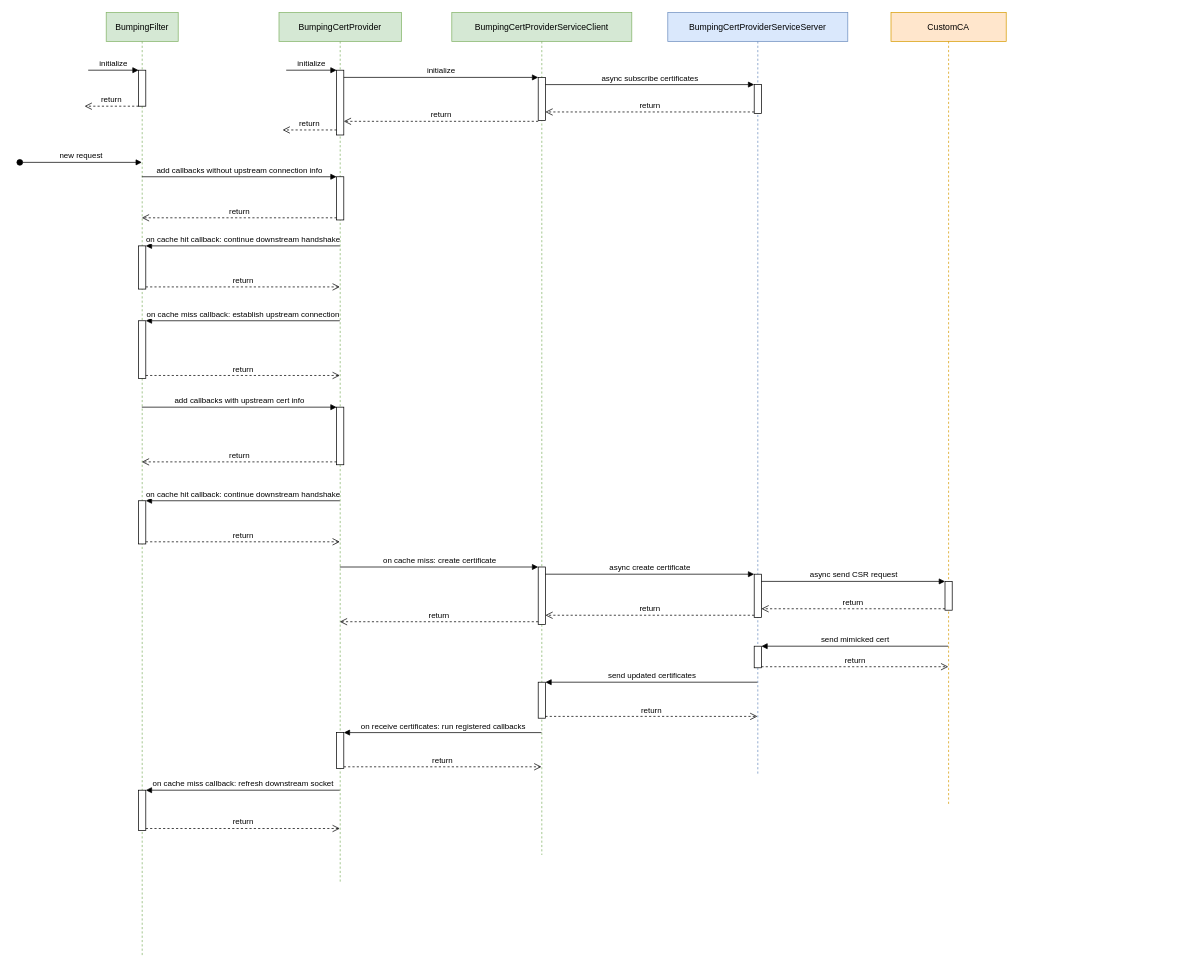
Above: bumping cert external provider.drawio in LuyaoZhong/Figures (draw.io), before the change. Source tidied: cells renumbered, new cells numbered last; positions are measured from the earlier drawing's top-left corner, leaving out a move shared by most shapes. Both pictures are drawn from the tidied source at 72%, with x=0, y=0 at pixel (19, 12).
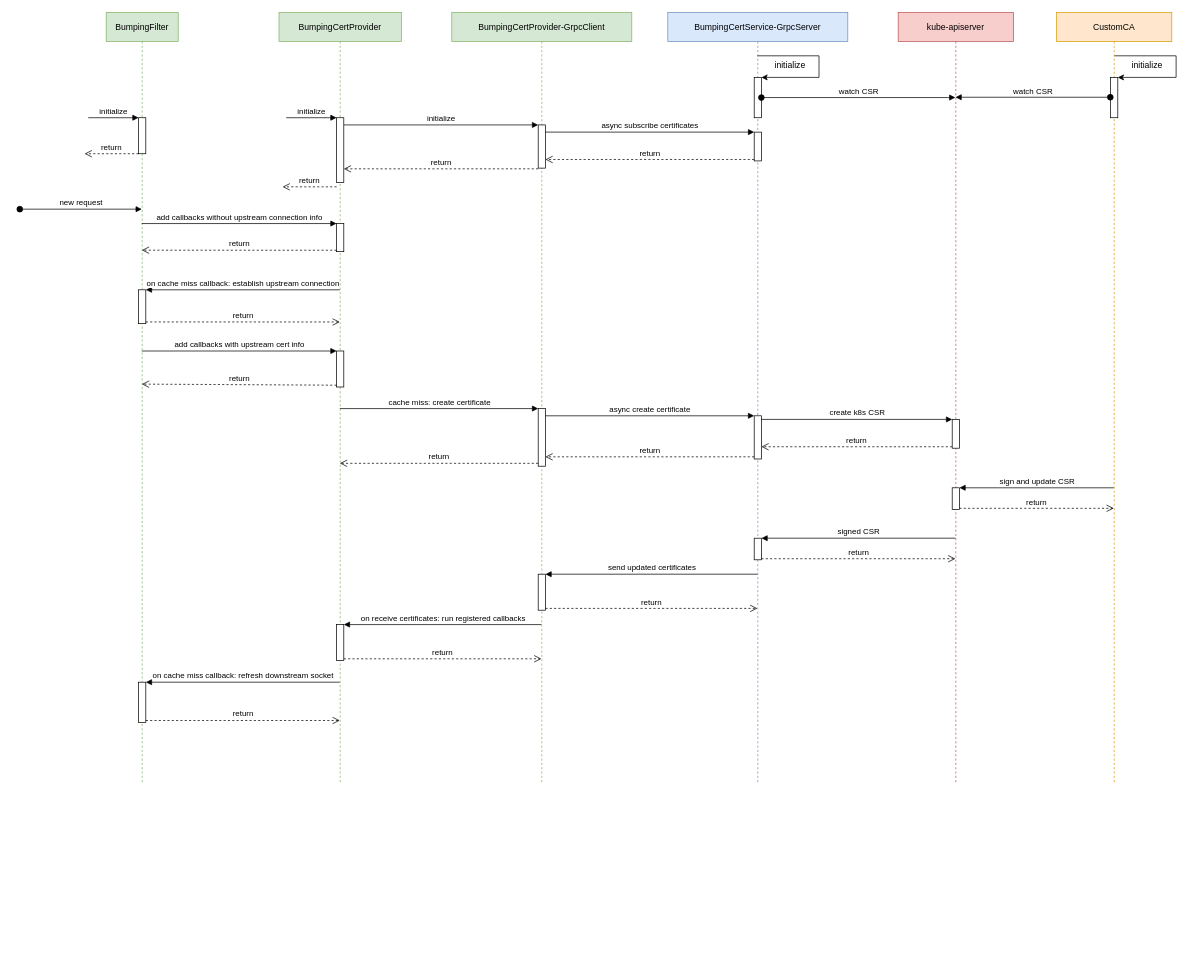
After the change.

Diff of the diagram source:
```diff
@@
     <mxCell id="2" value="BumpingFilter" style="shape=umlLifeline;perimeter=lifelinePerimeter;whiteSpace=wrap;html=1;outlineConnect=0;fillColor=#d5e8d4;strokeColor=#82b366;" parent="1" vertex="1">
-      <mxGeometry x="120" width="100" height="1310" as="geometry" />
+      <mxGeometry x="120" width="100" height="1070" as="geometry" />
     </mxCell>
     <mxCell id="3" value="new request" style="html=1;verticalAlign=bottom;startArrow=oval;endArrow=block;startSize=8;rounded=0;" parent="2" edge="1">
       <mxGeometry relative="1" as="geometry">
-        <mxPoint x="-120" y="208" as="sourcePoint" />
-        <mxPoint x="49.5" y="208" as="targetPoint" />
+        <mxPoint x="-120" y="273" as="sourcePoint" />
+        <mxPoint x="49.5" y="273" as="targetPoint" />
       </mxGeometry>
     </mxCell>
-    <mxCell id="4" style="html=1;points=[];perimeter=orthogonalPerimeter;" parent="2" vertex="1">
-      <mxGeometry x="45" y="324" width="10" height="60" as="geometry" />
-    </mxCell>
     <mxCell id="5" style="html=1;points=[];perimeter=orthogonalPerimeter;" parent="2" vertex="1">
-      <mxGeometry x="45" y="428" width="10" height="80" as="geometry" />
+      <mxGeometry x="45" y="385" width="10" height="47" as="geometry" />
     </mxCell>
-    <mxCell id="6" style="html=1;points=[];perimeter=orthogonalPerimeter;" parent="2" vertex="1">
-      <mxGeometry x="45" y="678" width="10" height="60" as="geometry" />
-    </mxCell>
     <mxCell id="7" style="html=1;points=[];perimeter=orthogonalPerimeter;" parent="2" vertex="1">
-      <mxGeometry x="45" y="80" width="10" height="50" as="geometry" />
+      <mxGeometry x="45" y="146" width="10" height="50" as="geometry" />
     </mxCell>
     <mxCell id="8" value="initialize" style="html=1;verticalAlign=bottom;endArrow=block;entryX=0;entryY=0;rounded=0;" parent="2" edge="1" target="7">
       <mxGeometry relative="1" as="geometry">
-        <mxPoint x="-25" y="80" as="sourcePoint" />
+        <mxPoint x="-25" y="146" as="sourcePoint" />
       </mxGeometry>
     </mxCell>
     <mxCell id="9" value="return" style="html=1;verticalAlign=bottom;endArrow=open;dashed=1;endSize=8;rounded=0;" parent="2" edge="1" source="7">
       <mxGeometry relative="1" as="geometry">
-        <mxPoint x="-30" y="130" as="targetPoint" />
+        <mxPoint x="-30" y="196" as="targetPoint" />
       </mxGeometry>
     </mxCell>
     <mxCell id="10" style="html=1;points=[];perimeter=orthogonalPerimeter;" parent="2" vertex="1">
-      <mxGeometry x="45" y="1080" width="10" height="56" as="geometry" />
+      <mxGeometry x="45" y="930" width="10" height="56" as="geometry" />
     </mxCell>
     <mxCell id="11" value="on cache miss callback: refresh downstream socket" style="html=1;verticalAlign=bottom;endArrow=block;rounded=0;" parent="2" edge="1" target="10">
       <mxGeometry relative="1" as="geometry">
-        <mxPoint x="324.5" y="1080" as="sourcePoint" />
+        <mxPoint x="324.5" y="930" as="sourcePoint" />
       </mxGeometry>
     </mxCell>
     <mxCell id="12" value="return" style="html=1;verticalAlign=bottom;endArrow=open;dashed=1;endSize=8;exitX=1;exitY=0.95;rounded=0;" parent="2" edge="1" source="10">
       <mxGeometry relative="1" as="geometry">
-        <mxPoint x="324.5" y="1133.2" as="targetPoint" />
+        <mxPoint x="324.5" y="983.2" as="targetPoint" />
       </mxGeometry>
     </mxCell>
     <mxCell id="13" value="BumpingCertProvider" style="shape=umlLifeline;perimeter=lifelinePerimeter;whiteSpace=wrap;html=1;outlineConnect=0;fillColor=#d5e8d4;strokeColor=#82b366;" parent="1" vertex="1">
-      <mxGeometry x="360" width="170" height="1210" as="geometry" />
+      <mxGeometry x="360" width="170" height="1070" as="geometry" />
     </mxCell>
     <mxCell id="14" style="html=1;points=[];perimeter=orthogonalPerimeter;" parent="13" vertex="1">
-      <mxGeometry x="80" y="228" width="10" height="60" as="geometry" />
+      <mxGeometry x="80" y="293" width="10" height="39" as="geometry" />
     </mxCell>
     <mxCell id="15" style="html=1;points=[];perimeter=orthogonalPerimeter;" parent="13" vertex="1">
-      <mxGeometry x="80" y="548" width="10" height="80" as="geometry" />
+      <mxGeometry x="80" y="470" width="10" height="50" as="geometry" />
     </mxCell>
     <mxCell id="16" style="html=1;points=[];perimeter=orthogonalPerimeter;" parent="13" vertex="1">
-      <mxGeometry x="80" y="80" width="10" height="90" as="geometry" />
+      <mxGeometry x="80" y="146" width="10" height="90" as="geometry" />
     </mxCell>
     <mxCell id="17" value="initialize" style="html=1;verticalAlign=bottom;endArrow=block;entryX=0;entryY=0;rounded=0;" parent="13" edge="1" target="16">
       <mxGeometry relative="1" as="geometry">
-        <mxPoint x="10" y="80" as="sourcePoint" />
+        <mxPoint x="10" y="146" as="sourcePoint" />
       </mxGeometry>
     </mxCell>
     <mxCell id="18" value="return" style="html=1;verticalAlign=bottom;endArrow=open;dashed=1;endSize=8;rounded=0;" parent="13" edge="1">
       <mxGeometry relative="1" as="geometry">
-        <mxPoint x="80" y="163" as="sourcePoint" />
-        <mxPoint x="5" y="163" as="targetPoint" />
+        <mxPoint x="80" y="242" as="sourcePoint" />
+        <mxPoint x="5" y="242" as="targetPoint" />
       </mxGeometry>
     </mxCell>
-    <mxCell id="19" value="BumpingCertProviderServiceClient" style="shape=umlLifeline;perimeter=lifelinePerimeter;whiteSpace=wrap;html=1;outlineConnect=0;fillColor=#d5e8d4;strokeColor=#82b366;" parent="1" vertex="1">
-      <mxGeometry x="600" width="250" height="1170" as="geometry" />
+    <mxCell id="19" value="BumpingCertProvider-GrpcClient" style="shape=umlLifeline;perimeter=lifelinePerimeter;whiteSpace=wrap;html=1;outlineConnect=0;fillColor=#d5e8d4;strokeColor=#82b366;" parent="1" vertex="1">
+      <mxGeometry x="600" width="250" height="1070" as="geometry" />
     </mxCell>
     <mxCell id="20" style="html=1;points=[];perimeter=orthogonalPerimeter;" parent="19" vertex="1">
-      <mxGeometry x="120" y="90" width="10" height="60" as="geometry" />
+      <mxGeometry x="120" y="156" width="10" height="60" as="geometry" />
     </mxCell>
     <mxCell id="21" style="html=1;points=[];perimeter=orthogonalPerimeter;" parent="19" vertex="1">
-      <mxGeometry x="120" y="770" width="10" height="80" as="geometry" />
+      <mxGeometry x="120" y="550" width="10" height="80" as="geometry" />
     </mxCell>
     <mxCell id="22" style="html=1;points=[];perimeter=orthogonalPerimeter;" parent="19" vertex="1">
-      <mxGeometry x="120" y="930" width="10" height="50" as="geometry" />
+      <mxGeometry x="120" y="780" width="10" height="50" as="geometry" />
     </mxCell>
-    <mxCell id="23" value="BumpingCertProviderServiceServer" style="shape=umlLifeline;perimeter=lifelinePerimeter;whiteSpace=wrap;html=1;outlineConnect=0;fillColor=#dae8fc;strokeColor=#6c8ebf;" parent="1" vertex="1">
-      <mxGeometry x="900" width="250" height="1060" as="geometry" />
+    <mxCell id="23" value="BumpingCertService-GrpcServer" style="shape=umlLifeline;perimeter=lifelinePerimeter;whiteSpace=wrap;html=1;outlineConnect=0;fillColor=#dae8fc;strokeColor=#6c8ebf;" parent="1" vertex="1">
+      <mxGeometry x="900" width="250" height="1070" as="geometry" />
     </mxCell>
     <mxCell id="24" style="html=1;points=[];perimeter=orthogonalPerimeter;" parent="23" vertex="1">
-      <mxGeometry x="120" y="100" width="10" height="40" as="geometry" />
+      <mxGeometry x="120" y="166" width="10" height="40" as="geometry" />
     </mxCell>
     <mxCell id="25" style="html=1;points=[];perimeter=orthogonalPerimeter;" parent="23" vertex="1">
-      <mxGeometry x="120" y="780" width="10" height="60" as="geometry" />
+      <mxGeometry x="120" y="560" width="10" height="60" as="geometry" />
     </mxCell>
-    <mxCell id="26" style="html=1;points=[];perimeter=orthogonalPerimeter;" parent="23" vertex="1">
-      <mxGeometry x="120" y="880" width="10" height="30" as="geometry" />
-    </mxCell>
+    <mxCell id="56" style="html=1;points=[];perimeter=orthogonalPerimeter;" parent="23" vertex="1">
+      <mxGeometry x="120" y="90" width="10" height="56" as="geometry" />
+    </mxCell>
+    <mxCell id="57" style="endArrow=classic;html=1;rounded=0;" parent="23" edge="1" source="23" target="56">
+      <mxGeometry relative="1" as="geometry">
+        <Array as="points">
+          <mxPoint x="170" y="60" />
+          <mxPoint x="210" y="60" />
+          <mxPoint x="210" y="90" />
+        </Array>
+      </mxGeometry>
+    </mxCell>
+    <mxCell id="58" value="initialize" style="text;html=1;strokeColor=none;fillColor=none;align=center;verticalAlign=middle;whiteSpace=wrap;rounded=0;" parent="23" vertex="1">
+      <mxGeometry x="140" y="63" width="60" height="20" as="geometry" />
+    </mxCell>
+    <mxCell id="59" style="html=1;points=[];perimeter=orthogonalPerimeter;" parent="23" vertex="1">
+      <mxGeometry x="120" y="730" width="10" height="30" as="geometry" />
+    </mxCell>
     <mxCell id="27" value="CustomCA" style="shape=umlLifeline;perimeter=lifelinePerimeter;whiteSpace=wrap;html=1;outlineConnect=0;fillColor=#ffe6cc;strokeColor=#d79b00;" parent="1" vertex="1">
-      <mxGeometry x="1210" width="160" height="1100" as="geometry" />
+      <mxGeometry x="1440" width="160" height="1070" as="geometry" />
     </mxCell>
-    <mxCell id="28" style="html=1;points=[];perimeter=orthogonalPerimeter;" parent="27" vertex="1">
-      <mxGeometry x="75" y="790" width="10" height="40" as="geometry" />
-    </mxCell>
-    <mxCell id="29" value="on cache hit callback: continue downstream handshake" style="html=1;verticalAlign=bottom;endArrow=block;entryX=1;entryY=0;rounded=0;" parent="1" edge="1" target="4">
-      <mxGeometry relative="1" as="geometry">
-        <mxPoint x="444.5" y="324" as="sourcePoint" />
-      </mxGeometry>
-    </mxCell>
+    <mxCell id="60" style="html=1;points=[];perimeter=orthogonalPerimeter;" parent="27" vertex="1">
+      <mxGeometry x="75" y="90" width="10" height="56" as="geometry" />
+    </mxCell>
+    <mxCell id="61" style="endArrow=classic;html=1;rounded=0;" parent="27" edge="1" target="60">
+      <mxGeometry relative="1" as="geometry">
+        <mxPoint x="80.5" y="60" as="sourcePoint" />
+        <Array as="points">
+          <mxPoint x="126" y="60" />
+          <mxPoint x="166" y="60" />
+          <mxPoint x="166" y="90" />
+        </Array>
+      </mxGeometry>
+    </mxCell>
+    <mxCell id="62" value="initialize" style="text;html=1;strokeColor=none;fillColor=none;align=center;verticalAlign=middle;whiteSpace=wrap;rounded=0;" parent="27" vertex="1">
+      <mxGeometry x="96" y="63" width="60" height="20" as="geometry" />
+    </mxCell>
     <mxCell id="30" value="add callbacks without upstream connection info" style="html=1;verticalAlign=bottom;endArrow=block;entryX=0;entryY=0;rounded=0;" parent="1" edge="1" target="14">
       <mxGeometry relative="1" as="geometry">
-        <mxPoint x="169.5" y="228" as="sourcePoint" />
+        <mxPoint x="169.5" y="293" as="sourcePoint" />
       </mxGeometry>
     </mxCell>
     <mxCell id="31" value="return" style="html=1;verticalAlign=bottom;endArrow=open;dashed=1;endSize=8;exitX=0;exitY=0.95;rounded=0;" parent="1" edge="1" source="14">
       <mxGeometry relative="1" as="geometry">
-        <mxPoint x="169.5" y="285" as="targetPoint" />
+        <mxPoint x="169.5" y="330" as="targetPoint" />
       </mxGeometry>
     </mxCell>
-    <mxCell id="32" value="return" style="html=1;verticalAlign=bottom;endArrow=open;dashed=1;endSize=8;exitX=1;exitY=0.95;rounded=0;" parent="1" edge="1" source="4">
-      <mxGeometry relative="1" as="geometry">
-        <mxPoint x="444.5" y="381" as="targetPoint" />
-      </mxGeometry>
-    </mxCell>
     <mxCell id="33" value="on cache miss callback: establish upstream connection" style="html=1;verticalAlign=bottom;endArrow=block;entryX=1;entryY=0;rounded=0;" parent="1" edge="1" target="5">
       <mxGeometry relative="1" as="geometry">
-        <mxPoint x="444.5" y="428" as="sourcePoint" />
+        <mxPoint x="444.5" y="385" as="sourcePoint" />
       </mxGeometry>
     </mxCell>
     <mxCell id="34" value="return" style="html=1;verticalAlign=bottom;endArrow=open;dashed=1;endSize=8;exitX=1;exitY=0.95;rounded=0;" parent="1" edge="1" source="5">
       <mxGeometry relative="1" as="geometry">
-        <mxPoint x="444.5" y="504" as="targetPoint" />
+        <mxPoint x="444.5" y="429.7" as="targetPoint" />
       </mxGeometry>
     </mxCell>
-    <mxCell id="35" value="add callbacks with upstream cert info" style="html=1;verticalAlign=bottom;endArrow=block;entryX=0;entryY=0;rounded=0;" parent="1" edge="1" target="15">
-      <mxGeometry relative="1" as="geometry">
-        <mxPoint x="169.5" y="548" as="sourcePoint" />
-      </mxGeometry>
+    <mxCell id="35" value="add callbacks with upstream cert info" style="html=1;verticalAlign=bottom;endArrow=block;entryX=0;entryY=0;rounded=0;" parent="1" edge="1" source="2" target="15">
+      <mxGeometry relative="1" as="geometry" />
     </mxCell>
     <mxCell id="36" value="return" style="html=1;verticalAlign=bottom;endArrow=open;dashed=1;endSize=8;exitX=0;exitY=0.95;rounded=0;" parent="1" edge="1" source="15">
       <mxGeometry relative="1" as="geometry">
-        <mxPoint x="169.5" y="624" as="targetPoint" />
+        <mxPoint x="169.5" y="516" as="targetPoint" />
       </mxGeometry>
     </mxCell>
-    <mxCell id="37" value="on cache hit callback: continue downstream handshake" style="html=1;verticalAlign=bottom;endArrow=block;entryX=1;entryY=0;rounded=0;" parent="1" edge="1" target="6">
-      <mxGeometry relative="1" as="geometry">
-        <mxPoint x="444.5" y="678" as="sourcePoint" />
-      </mxGeometry>
-    </mxCell>
-    <mxCell id="38" value="return" style="html=1;verticalAlign=bottom;endArrow=open;dashed=1;endSize=8;exitX=1;exitY=0.95;rounded=0;" parent="1" edge="1" source="6">
-      <mxGeometry relative="1" as="geometry">
-        <mxPoint x="444.5" y="735" as="targetPoint" />
-      </mxGeometry>
-    </mxCell>
@@
     <mxCell id="40" value="return" style="html=1;verticalAlign=bottom;endArrow=open;dashed=1;endSize=8;exitX=0;exitY=0.95;rounded=0;" parent="1" edge="1">
       <mxGeometry relative="1" as="geometry">
-        <mxPoint x="720" y="151" as="sourcePoint" />
-        <mxPoint x="450" y="151" as="targetPoint" />
+        <mxPoint x="720" y="217" as="sourcePoint" />
+        <mxPoint x="450" y="217" as="targetPoint" />
       </mxGeometry>
     </mxCell>
@@
-    <mxCell id="43" value="on cache miss: create certificate" style="html=1;verticalAlign=bottom;endArrow=block;entryX=0;entryY=0;rounded=0;" parent="1" edge="1" source="13" target="21">
-      <mxGeometry relative="1" as="geometry" />
+    <mxCell id="43" value="cache miss: create certificate" style="html=1;verticalAlign=bottom;endArrow=block;entryX=0;entryY=0;rounded=0;" parent="1" edge="1" target="21">
+      <mxGeometry relative="1" as="geometry">
+        <mxPoint x="444.5" y="550" as="sourcePoint" />
+      </mxGeometry>
     </mxCell>
-    <mxCell id="44" value="return" style="html=1;verticalAlign=bottom;endArrow=open;dashed=1;endSize=8;exitX=0;exitY=0.95;rounded=0;" parent="1" edge="1" source="21" target="13">
-      <mxGeometry relative="1" as="geometry" />
+    <mxCell id="44" value="return" style="html=1;verticalAlign=bottom;endArrow=open;dashed=1;endSize=8;exitX=0;exitY=0.95;rounded=0;" parent="1" edge="1" source="21">
+      <mxGeometry relative="1" as="geometry">
+        <mxPoint x="444.5" y="626" as="targetPoint" />
+      </mxGeometry>
     </mxCell>
@@
-    <mxCell id="47" value="async send CSR request" style="html=1;verticalAlign=bottom;endArrow=block;entryX=0;entryY=0;rounded=0;" parent="1" edge="1" source="25" target="28">
+    <mxCell id="47" value="create k8s CSR" style="html=1;verticalAlign=bottom;endArrow=block;entryX=0;entryY=0;rounded=0;" parent="1" edge="1" source="25" target="28">
       <mxGeometry relative="1" as="geometry" />
     </mxCell>
@@
-    <mxCell id="49" value="send mimicked cert" style="html=1;verticalAlign=bottom;endArrow=block;entryX=1;entryY=0;rounded=0;" parent="1" edge="1" source="27" target="26">
-      <mxGeometry relative="1" as="geometry" />
+    <mxCell id="49" value="sign and update CSR" style="html=1;verticalAlign=bottom;endArrow=block;entryX=1;entryY=0;rounded=0;" parent="1" edge="1" target="26">
+      <mxGeometry relative="1" as="geometry">
+        <mxPoint x="1519.5" y="660" as="sourcePoint" />
+      </mxGeometry>
     </mxCell>
-    <mxCell id="50" value="return" style="html=1;verticalAlign=bottom;endArrow=open;dashed=1;endSize=8;exitX=1;exitY=0.95;rounded=0;" parent="1" edge="1" source="26" target="27">
-      <mxGeometry relative="1" as="geometry" />
+    <mxCell id="50" value="return" style="html=1;verticalAlign=bottom;endArrow=open;dashed=1;endSize=8;exitX=1;exitY=0.95;rounded=0;" parent="1" edge="1" source="26">
+      <mxGeometry relative="1" as="geometry">
+        <mxPoint x="1519.5" y="688.5" as="targetPoint" />
+      </mxGeometry>
     </mxCell>
-    <mxCell id="51" value="send updated certificates" style="html=1;verticalAlign=bottom;endArrow=block;rounded=0;" parent="1" edge="1" source="23" target="22">
+    <mxCell id="51" value="send updated certificates" style="html=1;verticalAlign=bottom;endArrow=block;rounded=0;" parent="1" edge="1" target="22">
       <mxGeometry relative="1" as="geometry">
+        <mxPoint x="1024.5" y="780" as="sourcePoint" />
         <Array as="points">
-          <mxPoint x="960" y="930" />
+          <mxPoint x="960" y="780" />
         </Array>
       </mxGeometry>
     </mxCell>
-    <mxCell id="52" value="return" style="html=1;verticalAlign=bottom;endArrow=open;dashed=1;endSize=8;exitX=1;exitY=0.95;rounded=0;" parent="1" edge="1" source="22" target="23">
-      <mxGeometry relative="1" as="geometry" />
+    <mxCell id="52" value="return" style="html=1;verticalAlign=bottom;endArrow=open;dashed=1;endSize=8;exitX=1;exitY=0.95;rounded=0;" parent="1" edge="1" source="22">
+      <mxGeometry relative="1" as="geometry">
+        <mxPoint x="1024.5" y="827.5" as="targetPoint" />
+      </mxGeometry>
     </mxCell>
-    <mxCell id="53" value="on receive certificates: run registered callbacks" style="html=1;verticalAlign=bottom;endArrow=block;entryX=1;entryY=0;rounded=0;" parent="1" edge="1" source="19" target="55">
-      <mxGeometry relative="1" as="geometry" />
+    <mxCell id="53" value="on receive certificates: run registered callbacks" style="html=1;verticalAlign=bottom;endArrow=block;entryX=1;entryY=0;rounded=0;" parent="1" edge="1" target="55">
+      <mxGeometry relative="1" as="geometry">
+        <mxPoint x="724.5" y="850" as="sourcePoint" />
+      </mxGeometry>
     </mxCell>
-    <mxCell id="54" value="return" style="html=1;verticalAlign=bottom;endArrow=open;dashed=1;endSize=8;exitX=1;exitY=0.95;rounded=0;" parent="1" edge="1" source="55" target="19">
-      <mxGeometry relative="1" as="geometry" />
+    <mxCell id="54" value="return" style="html=1;verticalAlign=bottom;endArrow=open;dashed=1;endSize=8;exitX=1;exitY=0.95;rounded=0;" parent="1" edge="1" source="55">
+      <mxGeometry relative="1" as="geometry">
+        <mxPoint x="724.5" y="897.5" as="targetPoint" />
+      </mxGeometry>
     </mxCell>
     <mxCell id="55" style="html=1;points=[];perimeter=orthogonalPerimeter;" parent="1" vertex="1">
-      <mxGeometry x="440" y="1000" width="10" height="50" as="geometry" />
+      <mxGeometry x="440" y="850" width="10" height="50" as="geometry" />
     </mxCell>
+    <mxCell id="63" value="kube-apiserver" style="shape=umlLifeline;perimeter=lifelinePerimeter;whiteSpace=wrap;html=1;outlineConnect=0;fillColor=#f8cecc;strokeColor=#b85450;" parent="1" vertex="1">
+      <mxGeometry x="1220" width="160" height="1070" as="geometry" />
+    </mxCell>
+    <mxCell id="28" style="html=1;points=[];perimeter=orthogonalPerimeter;" parent="63" vertex="1">
+      <mxGeometry x="75" y="565" width="10" height="40" as="geometry" />
+    </mxCell>
+    <mxCell id="26" style="html=1;points=[];perimeter=orthogonalPerimeter;" parent="63" vertex="1">
+      <mxGeometry x="75" y="660" width="10" height="30" as="geometry" />
+    </mxCell>
+    <mxCell id="64" value="watch CSR" style="html=1;verticalAlign=bottom;startArrow=oval;startFill=1;endArrow=block;startSize=8;rounded=0;" parent="1" edge="1" source="56" target="63">
+      <mxGeometry relative="1" as="geometry" />
+    </mxCell>
+    <mxCell id="65" value="watch CSR" style="html=1;verticalAlign=bottom;startArrow=oval;startFill=1;endArrow=block;startSize=8;rounded=0;exitX=-0.044;exitY=0.492;exitDx=0;exitDy=0;exitPerimeter=0;" parent="1" edge="1" source="60" target="63">
+      <mxGeometry relative="1" as="geometry" />
+    </mxCell>
+    <mxCell id="66" value="signed CSR" style="html=1;verticalAlign=bottom;endArrow=block;entryX=1;entryY=0;rounded=0;" parent="1" edge="1" source="63" target="59">
+      <mxGeometry relative="1" as="geometry" />
+    </mxCell>
+    <mxCell id="67" value="return" style="html=1;verticalAlign=bottom;endArrow=open;dashed=1;endSize=8;exitX=1;exitY=0.95;rounded=0;" parent="1" edge="1" source="59" target="63">
+      <mxGeometry relative="1" as="geometry" />
+    </mxCell>
```
